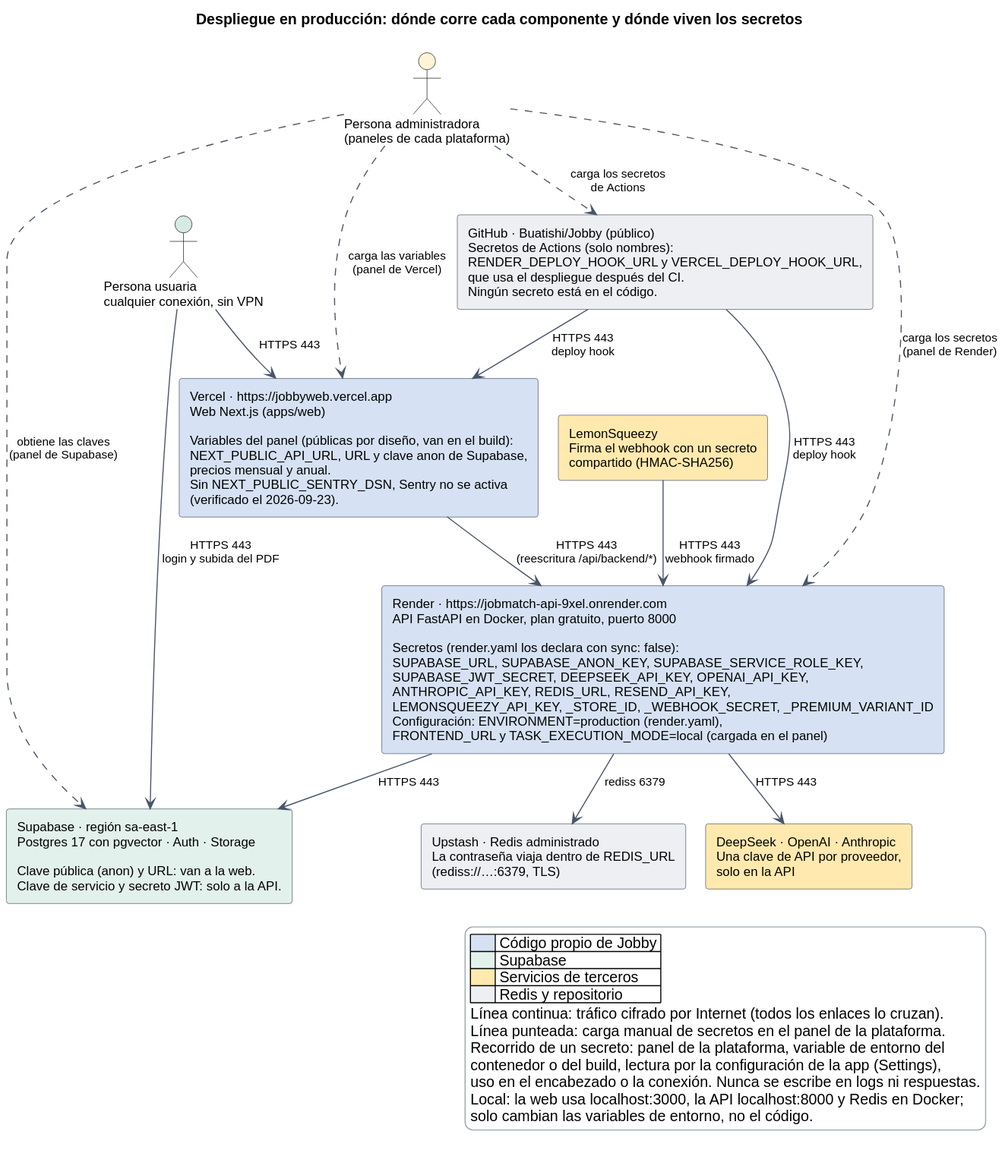
Before: docs/diagramas/despliegue-y-secretos.svg, a diagram exported from PlantUML (Buatishi/Jobby).
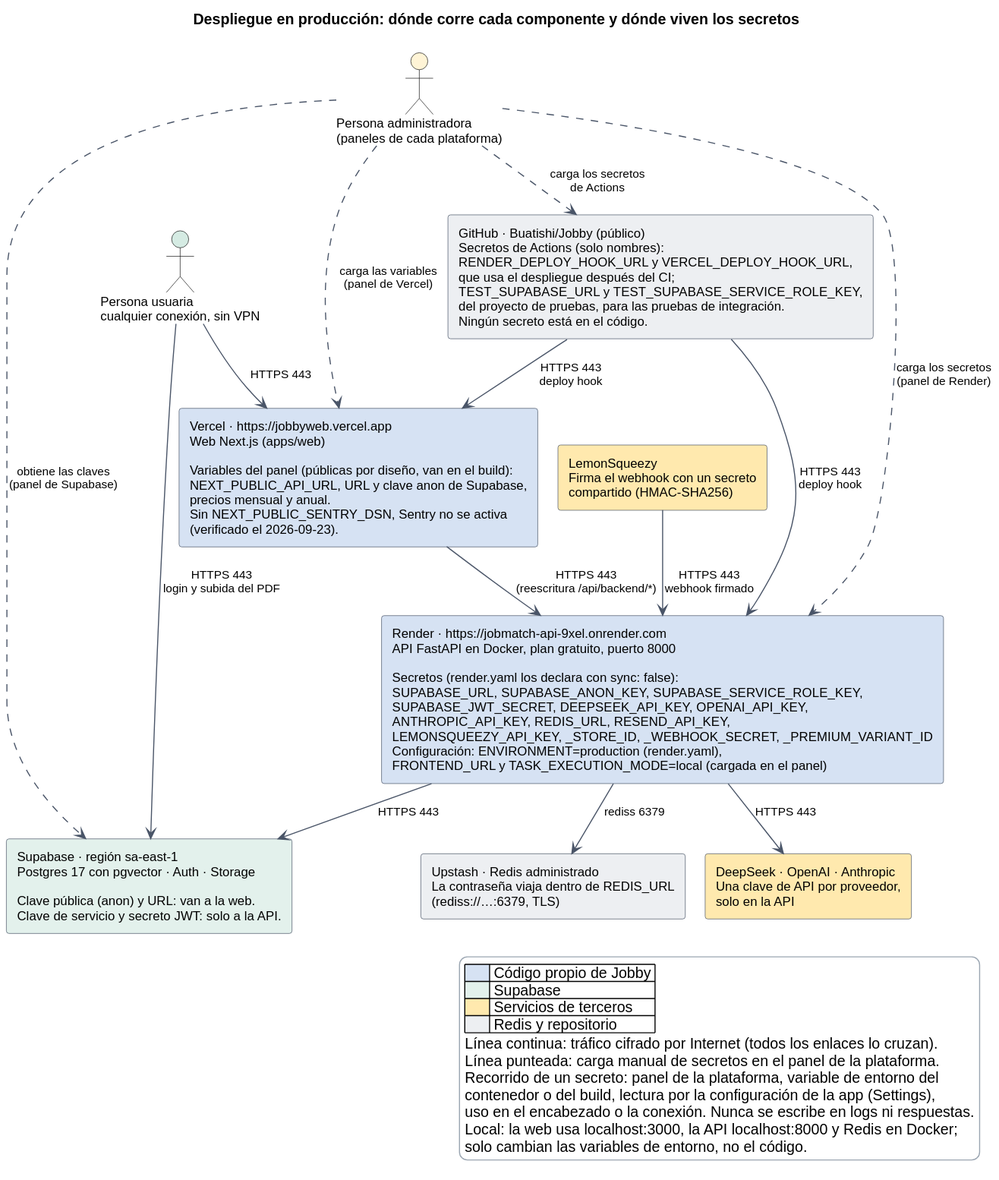
After the commit.

What changed in the source:
```diff
@@ -27,7 +27,7 @@
 
 rectangle "LemonSqueezy\nFirma el webhook con un secreto\ncompartido (HMAC-SHA256)" as LS #FFE9AE
 
-rectangle "GitHub · Buatishi/Jobby (público)\nSecretos de Actions (solo nombres):\nRENDER_DEPLOY_HOOK_URL y VERCEL_DEPLOY_HOOK_URL,\nque usa el despliegue después del CI.\nNingún secreto está en el código." as GH #EDEFF2
+rectangle "GitHub · Buatishi/Jobby (público)\nSecretos de Actions (solo nombres):\nRENDER_DEPLOY_HOOK_URL y VERCEL_DEPLOY_HOOK_URL,\nque usa el despliegue después del CI;\nTEST_SUPABASE_URL y TEST_SUPABASE_SERVICE_ROLE_KEY,\ndel proyecto de pruebas, para las pruebas de integración.\nNingún secreto está en el código." as GH #EDEFF2
 
 U --> WEB : HTTPS 443
 U --> SUP : HTTPS 443\nlogin y subida del PDF
```
